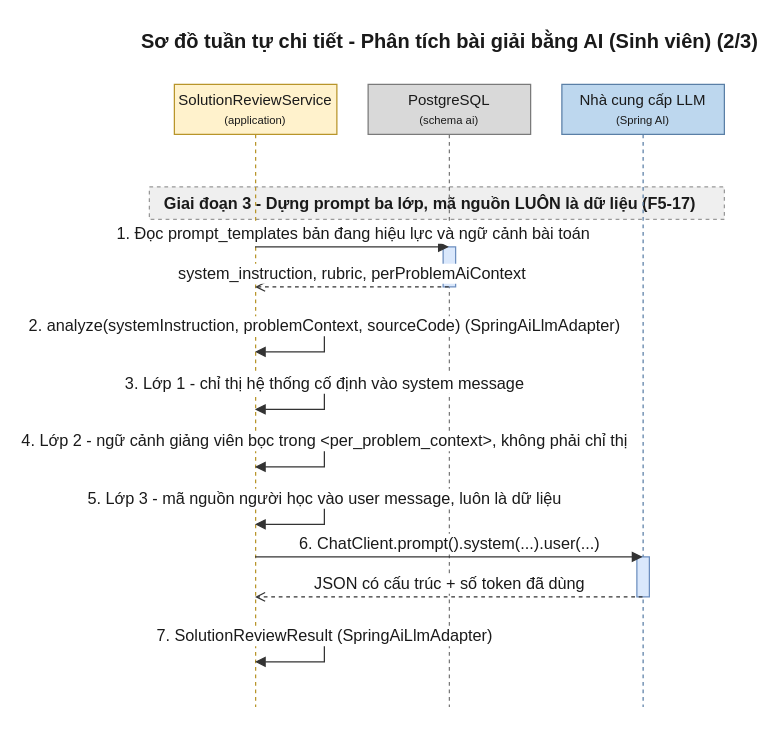
daiphu1801/PRJ_ALGOPREP keeps this draw.io diagram as 08-diagram/sequence/user/sequence_user_phan_tich_bai_giai_ai_p2.drawio. Above is the earlier version. Source tidied: cells renumbered, new cells numbered last; positions are measured from the earlier drawing's top-left corner, leaving out a move shared by most shapes. Both pictures are drawn from the tidied source at 125%, with x=0, y=0 at pixel (149, 21).
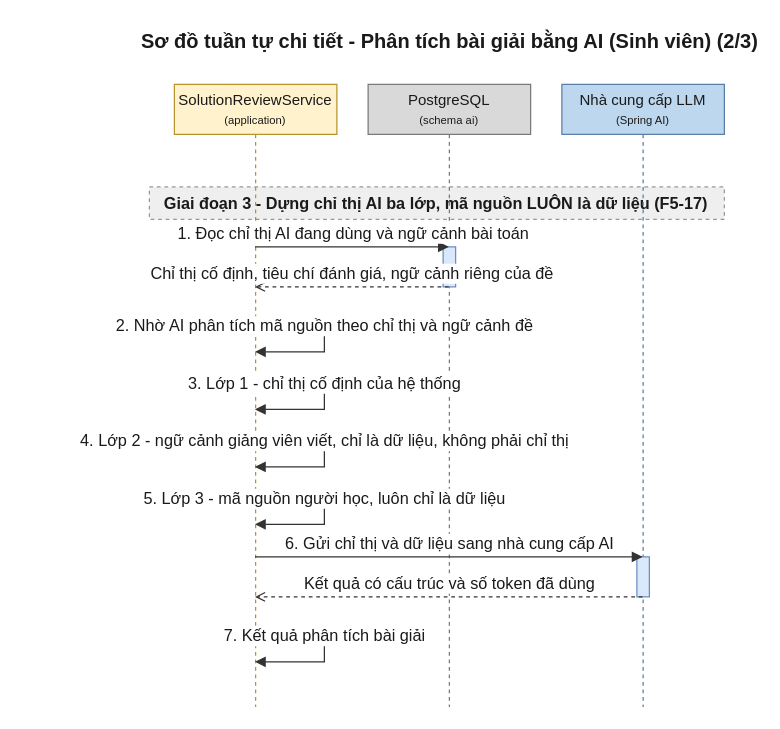
The same diagram, later.

Unchanged cells that the change refers to:
```xml
<mxCell id="4" value="SolutionReviewService&lt;br&gt;&lt;font style=&quot;font-size:9px&quot;&gt;(application)&lt;/font&gt;" style="shape=umlLifeline;perimeter=lifelinePerimeter;whiteSpace=wrap;html=1;outlineConnect=0;size=40;fillColor=#FFF2CC;strokeColor=#B8952A;fontColor=#1A1A1A;" parent="1" vertex="1">
  <mxGeometry x="20" y="50" width="130" height="498" as="geometry" />
</mxCell>
<mxCell id="5" value="PostgreSQL&lt;br&gt;&lt;font style=&quot;font-size:9px&quot;&gt;(schema ai)&lt;/font&gt;" style="shape=umlLifeline;perimeter=lifelinePerimeter;whiteSpace=wrap;html=1;outlineConnect=0;size=40;fillColor=#D9D9D9;strokeColor=#7A7A7A;fontColor=#1A1A1A;" parent="1" vertex="1">
  <mxGeometry x="175" y="50" width="130" height="498" as="geometry" />
</mxCell>
<mxCell id="6" value="Nhà cung cấp LLM&lt;br&gt;&lt;font style=&quot;font-size:9px&quot;&gt;(Spring AI)&lt;/font&gt;" style="shape=umlLifeline;perimeter=lifelinePerimeter;whiteSpace=wrap;html=1;outlineConnect=0;size=40;fillColor=#BDD7EE;strokeColor=#5A7FA6;fontColor=#1A1A1A;" parent="1" vertex="1">
  <mxGeometry x="330" y="50" width="130" height="498" as="geometry" />
</mxCell>
```

The edit, as a diff of the source:
```diff
@@
-    <mxCell id="3" value="Giai đoạn 3 - Dựng prompt ba lớp, mã nguồn LUÔN là dữ liệu (F5-17)" style="algoprep=phase;rounded=0;whiteSpace=wrap;html=1;fillColor=#EFEFEF;strokeColor=#999999;dashed=1;align=left;verticalAlign=middle;spacingLeft=10;fontColor=#1A1A1A;fontSize=13;fontStyle=1;" parent="1" vertex="1">
+    <mxCell id="3" value="Giai đoạn 3 - Dựng chỉ thị AI ba lớp, mã nguồn LUÔN là dữ liệu (F5-17)" style="algoprep=phase;rounded=0;whiteSpace=wrap;html=1;fillColor=#EFEFEF;strokeColor=#999999;dashed=1;align=left;verticalAlign=middle;spacingLeft=10;fontColor=#1A1A1A;fontSize=13;fontStyle=1;" parent="1" vertex="1">
       <mxGeometry y="132" width="460" height="26" as="geometry" />
     </mxCell>
@@
-    <mxCell id="9" value="1. Đọc prompt_templates bản đang hiệu lực và ngữ cảnh bài toán" style="edgeStyle=none;html=1;endArrow=block;endFill=1;strokeColor=#333333;fontColor=#1A1A1A;fontSize=13;verticalAlign=bottom;exitX=0.5;exitY=0.2610;exitDx=0;exitDy=0;entryX=0.5;entryY=0.2610;entryDx=0;entryDy=0;" parent="1" edge="1" source="4" target="5">
+    <mxCell id="9" value="1. Đọc chỉ thị AI đang dùng và ngữ cảnh bài toán" style="edgeStyle=none;html=1;endArrow=block;endFill=1;strokeColor=#333333;fontColor=#1A1A1A;fontSize=13;verticalAlign=bottom;exitX=0.5;exitY=0.2610;exitDx=0;exitDy=0;entryX=0.5;entryY=0.2610;entryDx=0;entryDy=0;" parent="1" edge="1" source="4" target="5">
       <mxGeometry relative="1" as="geometry" />
     </mxCell>
-    <mxCell id="10" value="system_instruction, rubric, perProblemAiContext" style="edgeStyle=none;html=1;endArrow=open;endFill=0;dashed=1;strokeColor=#333333;fontColor=#1A1A1A;fontSize=13;verticalAlign=bottom;exitX=0.5;exitY=0.3253;exitDx=0;exitDy=0;entryX=0.5;entryY=0.3253;entryDx=0;entryDy=0;" parent="1" edge="1" source="5" target="4">
+    <mxCell id="10" value="Chỉ thị cố định, tiêu chí đánh giá, ngữ cảnh riêng của đề" style="edgeStyle=none;html=1;endArrow=open;endFill=0;dashed=1;strokeColor=#333333;fontColor=#1A1A1A;fontSize=13;verticalAlign=bottom;exitX=0.5;exitY=0.3253;exitDx=0;exitDy=0;entryX=0.5;entryY=0.3253;entryDx=0;entryDy=0;" parent="1" edge="1" source="5" target="4">
       <mxGeometry relative="1" as="geometry" />
     </mxCell>
-    <mxCell id="11" value="2. analyze(systemInstruction, problemContext, sourceCode) (SpringAiLlmAdapter)" style="edgeStyle=orthogonalEdgeStyle;rounded=0;html=1;endArrow=block;endFill=1;strokeColor=#333333;fontColor=#1A1A1A;fontSize=13;verticalAlign=bottom;exitX=0.5;exitY=0.3896;exitDx=0;exitDy=0;entryX=0.5;entryY=0.4297;entryDx=0;entryDy=0;" parent="1" edge="1" source="4" target="4">
+    <mxCell id="11" value="2. Nhờ AI phân tích mã nguồn theo chỉ thị và ngữ cảnh đề" style="edgeStyle=orthogonalEdgeStyle;rounded=0;html=1;endArrow=block;endFill=1;strokeColor=#333333;fontColor=#1A1A1A;fontSize=13;verticalAlign=bottom;exitX=0.5;exitY=0.3896;exitDx=0;exitDy=0;entryX=0.5;entryY=0.4297;entryDx=0;entryDy=0;" parent="1" edge="1" source="4" target="4">
       <mxGeometry relative="1" as="geometry">
         <Array as="points">
           <mxPoint x="140" y="244" />
           <mxPoint x="140" y="264" />
         </Array>
       </mxGeometry>
     </mxCell>
-    <mxCell id="12" value="3. Lớp 1 - chỉ thị hệ thống cố định vào system message" style="edgeStyle=orthogonalEdgeStyle;rounded=0;html=1;endArrow=block;endFill=1;strokeColor=#333333;fontColor=#1A1A1A;fontSize=13;verticalAlign=bottom;exitX=0.5;exitY=0.4819;exitDx=0;exitDy=0;entryX=0.5;entryY=0.5221;entryDx=0;entryDy=0;" parent="1" edge="1" source="4" target="4">
+    <mxCell id="12" value="3. Lớp 1 - chỉ thị cố định của hệ thống" style="edgeStyle=orthogonalEdgeStyle;rounded=0;html=1;endArrow=block;endFill=1;strokeColor=#333333;fontColor=#1A1A1A;fontSize=13;verticalAlign=bottom;exitX=0.5;exitY=0.4819;exitDx=0;exitDy=0;entryX=0.5;entryY=0.5221;entryDx=0;entryDy=0;" parent="1" edge="1" source="4" target="4">
       <mxGeometry relative="1" as="geometry">
         <Array as="points">
           <mxPoint x="140" y="290" />
           <mxPoint x="140" y="310" />
         </Array>
       </mxGeometry>
     </mxCell>
-    <mxCell id="13" value="4. Lớp 2 - ngữ cảnh giảng viên bọc trong &amp;lt;per_problem_context&amp;gt;, không phải chỉ thị" style="edgeStyle=orthogonalEdgeStyle;rounded=0;html=1;endArrow=block;endFill=1;strokeColor=#333333;fontColor=#1A1A1A;fontSize=13;verticalAlign=bottom;exitX=0.5;exitY=0.5743;exitDx=0;exitDy=0;entryX=0.5;entryY=0.6145;entryDx=0;entryDy=0;" parent="1" edge="1" source="4" target="4">
+    <mxCell id="13" value="4. Lớp 2 - ngữ cảnh giảng viên viết, chỉ là dữ liệu, không phải chỉ thị" style="edgeStyle=orthogonalEdgeStyle;rounded=0;html=1;endArrow=block;endFill=1;strokeColor=#333333;fontColor=#1A1A1A;fontSize=13;verticalAlign=bottom;exitX=0.5;exitY=0.5743;exitDx=0;exitDy=0;entryX=0.5;entryY=0.6145;entryDx=0;entryDy=0;" parent="1" edge="1" source="4" target="4">
       <mxGeometry relative="1" as="geometry">
         <Array as="points">
           <mxPoint x="140" y="336" />
           <mxPoint x="140" y="356" />
         </Array>
       </mxGeometry>
     </mxCell>
-    <mxCell id="14" value="5. Lớp 3 - mã nguồn người học vào user message, luôn là dữ liệu" style="edgeStyle=orthogonalEdgeStyle;rounded=0;html=1;endArrow=block;endFill=1;strokeColor=#333333;fontColor=#1A1A1A;fontSize=13;verticalAlign=bottom;exitX=0.5;exitY=0.6667;exitDx=0;exitDy=0;entryX=0.5;entryY=0.7068;entryDx=0;entryDy=0;" parent="1" edge="1" source="4" target="4">
+    <mxCell id="14" value="5. Lớp 3 - mã nguồn người học, luôn chỉ là dữ liệu" style="edgeStyle=orthogonalEdgeStyle;rounded=0;html=1;endArrow=block;endFill=1;strokeColor=#333333;fontColor=#1A1A1A;fontSize=13;verticalAlign=bottom;exitX=0.5;exitY=0.6667;exitDx=0;exitDy=0;entryX=0.5;entryY=0.7068;entryDx=0;entryDy=0;" parent="1" edge="1" source="4" target="4">
       <mxGeometry relative="1" as="geometry">
         <Array as="points">
           <mxPoint x="140" y="382" />
           <mxPoint x="140" y="402" />
         </Array>
       </mxGeometry>
     </mxCell>
-    <mxCell id="15" value="6. ChatClient.prompt().system(...).user(...)" style="edgeStyle=none;html=1;endArrow=block;endFill=1;strokeColor=#333333;fontColor=#1A1A1A;fontSize=13;verticalAlign=bottom;exitX=0.5;exitY=0.7590;exitDx=0;exitDy=0;entryX=0.5;entryY=0.7590;entryDx=0;entryDy=0;" parent="1" edge="1" source="4" target="6">
+    <mxCell id="15" value="6. Gửi chỉ thị và dữ liệu sang nhà cung cấp AI" style="edgeStyle=none;html=1;endArrow=block;endFill=1;strokeColor=#333333;fontColor=#1A1A1A;fontSize=13;verticalAlign=bottom;exitX=0.5;exitY=0.7590;exitDx=0;exitDy=0;entryX=0.5;entryY=0.7590;entryDx=0;entryDy=0;" parent="1" edge="1" source="4" target="6">
       <mxGeometry relative="1" as="geometry" />
     </mxCell>
-    <mxCell id="16" value="JSON có cấu trúc + số token đã dùng" style="edgeStyle=none;html=1;endArrow=open;endFill=0;dashed=1;strokeColor=#333333;fontColor=#1A1A1A;fontSize=13;verticalAlign=bottom;exitX=0.5;exitY=0.8233;exitDx=0;exitDy=0;entryX=0.5;entryY=0.8233;entryDx=0;entryDy=0;" parent="1" edge="1" source="6" target="4">
+    <mxCell id="16" value="Kết quả có cấu trúc và số token đã dùng" style="edgeStyle=none;html=1;endArrow=open;endFill=0;dashed=1;strokeColor=#333333;fontColor=#1A1A1A;fontSize=13;verticalAlign=bottom;exitX=0.5;exitY=0.8233;exitDx=0;exitDy=0;entryX=0.5;entryY=0.8233;entryDx=0;entryDy=0;" parent="1" edge="1" source="6" target="4">
       <mxGeometry relative="1" as="geometry" />
     </mxCell>
-    <mxCell id="17" value="7. SolutionReviewResult (SpringAiLlmAdapter)" style="edgeStyle=orthogonalEdgeStyle;rounded=0;html=1;endArrow=block;endFill=1;strokeColor=#333333;fontColor=#1A1A1A;fontSize=13;verticalAlign=bottom;exitX=0.5;exitY=0.8876;exitDx=0;exitDy=0;entryX=0.5;entryY=0.9277;entryDx=0;entryDy=0;" parent="1" edge="1" source="4" target="4">
+    <mxCell id="17" value="7. Kết quả phân tích bài giải" style="edgeStyle=orthogonalEdgeStyle;rounded=0;html=1;endArrow=block;endFill=1;strokeColor=#333333;fontColor=#1A1A1A;fontSize=13;verticalAlign=bottom;exitX=0.5;exitY=0.8876;exitDx=0;exitDy=0;entryX=0.5;entryY=0.9277;entryDx=0;entryDy=0;" parent="1" edge="1" source="4" target="4">
       <mxGeometry relative="1" as="geometry">
         <Array as="points">
           <mxPoint x="140" y="492" />
           <mxPoint x="140" y="512" />
         </Array>
       </mxGeometry>
     </mxCell>
```
